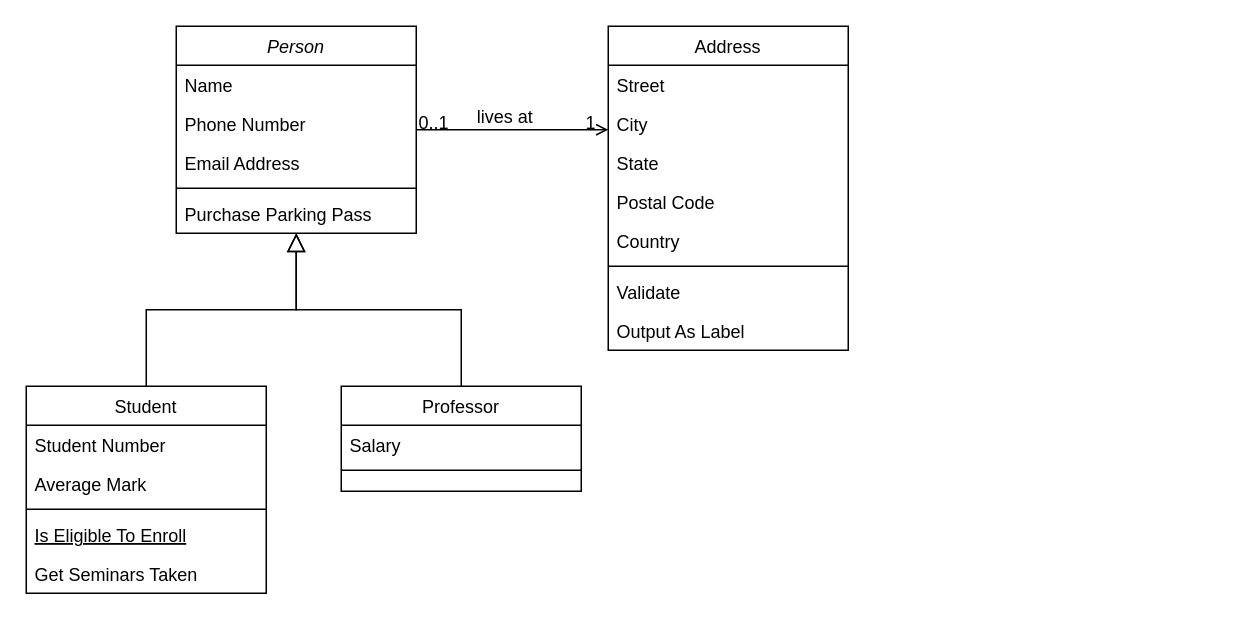
This is Game_UML_diagram.drawio from AndyC00/Ubi_hard-Game, a draw.io file, before an edit. Source tidied: cells renumbered, new cells numbered last; positions are measured from the earlier drawing's top-left corner, leaving out a move shared by most shapes. Both pictures are drawn from the tidied source at 150%, with x=0, y=0 at pixel (26, 26).
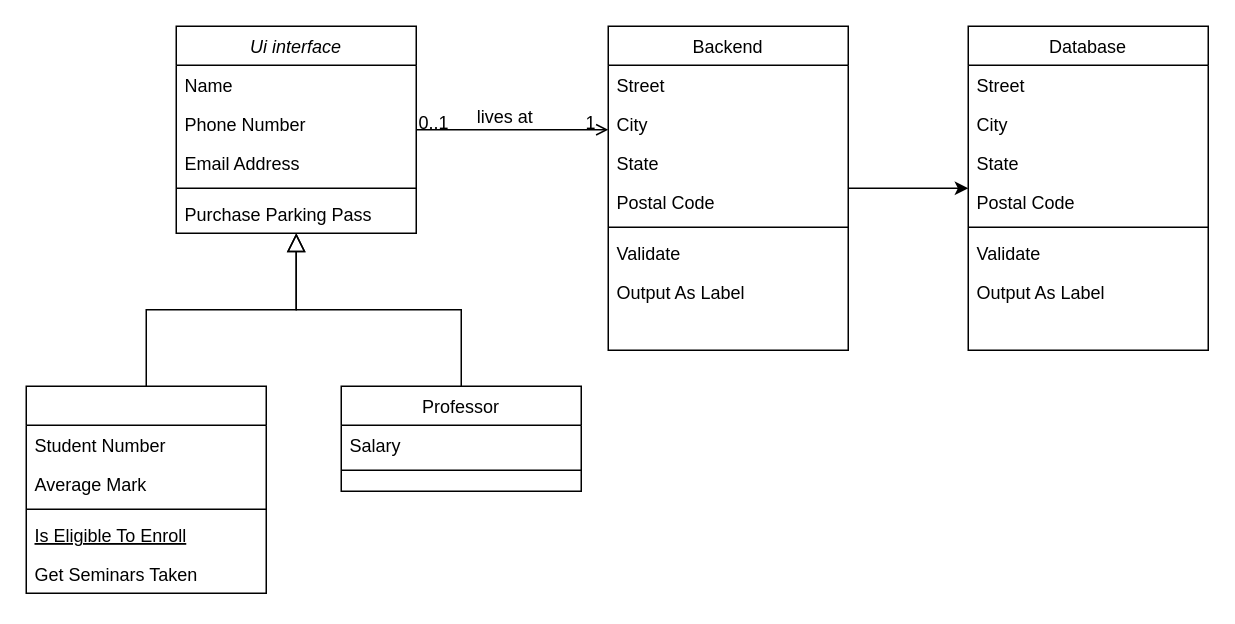
Above is the later version.

Diff of the diagram source:
```diff
@@
-    <mxCell id="2" value="Person" style="swimlane;fontStyle=2;align=center;verticalAlign=top;horizontal=1;startSize=26;rounded=0;shadow=0;strokeWidth=1;" parent="1" vertex="1">
+    <mxCell id="2" value="Ui interface" style="swimlane;fontStyle=2;align=center;verticalAlign=top;horizontal=1;startSize=26;rounded=0;shadow=0;strokeWidth=1;" parent="1" vertex="1">
       <mxGeometry x="100" width="160" height="138" as="geometry" />
     </mxCell>
@@
-    <mxCell id="8" value="Student" style="swimlane;fontStyle=0;align=center;verticalAlign=top;horizontal=1;startSize=26;rounded=0;shadow=0;strokeWidth=1;" parent="1" vertex="1">
+    <mxCell id="8" style="swimlane;fontStyle=0;align=center;verticalAlign=top;horizontal=1;startSize=26;rounded=0;shadow=0;strokeWidth=1;" parent="1" vertex="1">
       <mxGeometry y="240" width="160" height="138" as="geometry" />
     </mxCell>
@@
+    <mxCell id="32" style="edgeStyle=orthogonalEdgeStyle;rounded=0;jettySize=auto;html=1;" parent="1" edge="1" source="19" target="33">
+      <mxGeometry relative="1" as="geometry" />
+    </mxCell>
-    <mxCell id="19" value="Address" style="swimlane;fontStyle=0;align=center;verticalAlign=top;horizontal=1;startSize=26;rounded=0;shadow=0;strokeWidth=1;" parent="1" vertex="1">
+    <mxCell id="19" value="Backend" style="swimlane;fontStyle=0;align=center;verticalAlign=top;horizontal=1;startSize=26;rounded=0;shadow=0;strokeWidth=1;" parent="1" vertex="1">
       <mxGeometry x="388" width="160" height="216" as="geometry" />
     </mxCell>
@@
-    <mxCell id="24" value="Country" style="text;align=left;verticalAlign=top;spacingLeft=4;spacingRight=4;overflow=hidden;rounded=0;shadow=0;html=0;" parent="19" vertex="1">
-      <mxGeometry y="130" width="160" height="26" as="geometry" />
-    </mxCell>
     <mxCell id="25" style="line;html=1;strokeWidth=1;align=left;verticalAlign=middle;spacingTop=-1;spacingLeft=3;spacingRight=3;labelPosition=right;" parent="19" vertex="1">
-      <mxGeometry y="156" width="160" height="8" as="geometry" />
+      <mxGeometry y="130" width="160" height="8" as="geometry" />
     </mxCell>
     <mxCell id="26" value="Validate" style="text;align=left;verticalAlign=top;spacingLeft=4;spacingRight=4;overflow=hidden;" parent="19" vertex="1">
-      <mxGeometry y="164" width="160" height="26" as="geometry" />
+      <mxGeometry y="138" width="160" height="26" as="geometry" />
     </mxCell>
     <mxCell id="27" value="Output As Label" style="text;align=left;verticalAlign=top;spacingLeft=4;spacingRight=4;overflow=hidden;" parent="19" vertex="1">
-      <mxGeometry y="190" width="160" height="26" as="geometry" />
+      <mxGeometry y="164" width="160" height="26" as="geometry" />
     </mxCell>
@@
+    <mxCell id="33" value="Database&#10;" style="swimlane;fontStyle=0;align=center;verticalAlign=top;horizontal=1;startSize=26;rounded=0;shadow=0;strokeWidth=1;" parent="1" vertex="1">
+      <mxGeometry x="628" width="160" height="216" as="geometry" />
+    </mxCell>
+    <mxCell id="34" value="Street" style="text;align=left;verticalAlign=top;spacingLeft=4;spacingRight=4;overflow=hidden;" parent="33" vertex="1">
+      <mxGeometry y="26" width="160" height="26" as="geometry" />
+    </mxCell>
+    <mxCell id="35" value="City" style="text;align=left;verticalAlign=top;spacingLeft=4;spacingRight=4;overflow=hidden;rounded=0;shadow=0;html=0;" parent="33" vertex="1">
+      <mxGeometry y="52" width="160" height="26" as="geometry" />
+    </mxCell>
+    <mxCell id="36" value="State" style="text;align=left;verticalAlign=top;spacingLeft=4;spacingRight=4;overflow=hidden;rounded=0;shadow=0;html=0;" parent="33" vertex="1">
+      <mxGeometry y="78" width="160" height="26" as="geometry" />
+    </mxCell>
+    <mxCell id="37" value="Postal Code" style="text;align=left;verticalAlign=top;spacingLeft=4;spacingRight=4;overflow=hidden;rounded=0;shadow=0;html=0;" parent="33" vertex="1">
+      <mxGeometry y="104" width="160" height="26" as="geometry" />
+    </mxCell>
+    <mxCell id="38" style="line;html=1;strokeWidth=1;align=left;verticalAlign=middle;spacingTop=-1;spacingLeft=3;spacingRight=3;labelPosition=right;" parent="33" vertex="1">
+      <mxGeometry y="130" width="160" height="8" as="geometry" />
+    </mxCell>
+    <mxCell id="39" value="Validate" style="text;align=left;verticalAlign=top;spacingLeft=4;spacingRight=4;overflow=hidden;" parent="33" vertex="1">
+      <mxGeometry y="138" width="160" height="26" as="geometry" />
+    </mxCell>
+    <mxCell id="40" value="Output As Label" style="text;align=left;verticalAlign=top;spacingLeft=4;spacingRight=4;overflow=hidden;" parent="33" vertex="1">
+      <mxGeometry y="164" width="160" height="26" as="geometry" />
+    </mxCell>
```
